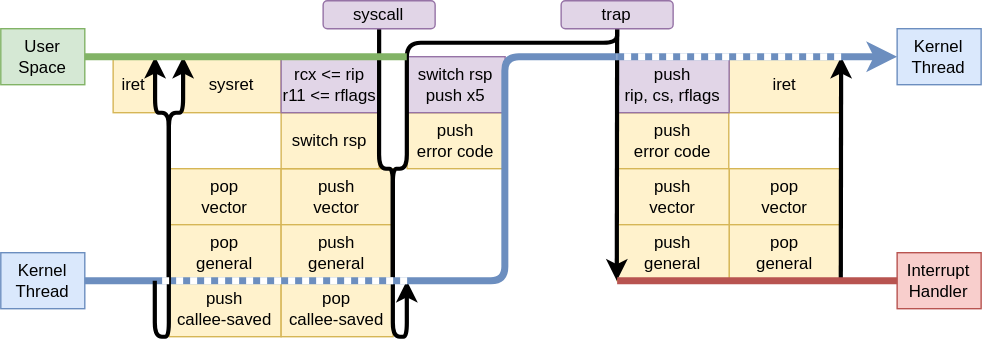
Earlier version of the draw.io export docs/x86_64.svg (rcore-os/trapframe-rs). Source tidied: cells renumbered, new cells last; positions are measured from the earlier drawing's top-left corner, leaving out a move shared by most shapes.
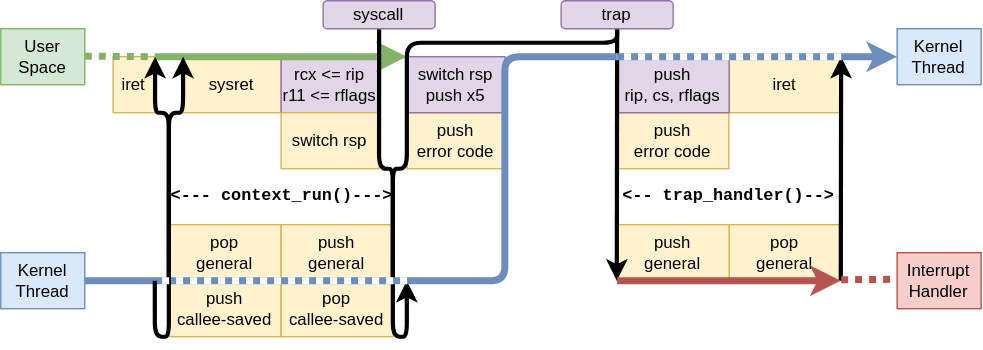
Later version of the same file.

Change to the diagram source:
```diff
@@ -2,21 +2,27 @@
   <root>
     <mxCell id="0" />
     <mxCell id="1" parent="0" />
+    <mxCell id="16" value="sysret" style="rounded=0;whiteSpace=wrap;html=1;fillColor=#fff2cc;strokeColor=#d6b656;" parent="1" vertex="1">
+      <mxGeometry x="130.2" y="40" width="70" height="40" as="geometry" />
+    </mxCell>
+    <mxCell id="18" value="rcx &amp;lt;= rip&lt;br&gt;r11 &amp;lt;= rflags" style="rounded=0;whiteSpace=wrap;html=1;fillColor=#e1d5e7;strokeColor=#9673a6;" parent="1" vertex="1">
+      <mxGeometry x="200.2" y="40" width="70" height="40" as="geometry" />
+    </mxCell>
+    <mxCell id="35" style="endArrow=classic;html=1;strokeWidth=5;fillColor=#d5e8d4;strokeColor=#82b366;endFill=1;" parent="1" edge="1">
+      <mxGeometry relative="1" as="geometry">
+        <mxPoint x="110" y="40" as="sourcePoint" />
+        <mxPoint x="290" y="40" as="targetPoint" />
+      </mxGeometry>
+    </mxCell>
     <mxCell id="2" value="push&lt;br&gt;error code" style="rounded=0;whiteSpace=wrap;html=1;fillColor=#fff2cc;strokeColor=#d6b656;" parent="1" vertex="1">
       <mxGeometry x="440.2" y="80" width="79.8" height="40" as="geometry" />
     </mxCell>
     <mxCell id="3" value="push&lt;br&gt;error code" style="rounded=0;whiteSpace=wrap;html=1;fillColor=#fff2cc;strokeColor=#d6b656;" parent="1" vertex="1">
       <mxGeometry x="290.2" y="80" width="70" height="40" as="geometry" />
     </mxCell>
-    <mxCell id="4" value="pop&lt;br&gt;vector" style="rounded=0;whiteSpace=wrap;html=1;fillColor=#fff2cc;strokeColor=#d6b656;" parent="1" vertex="1">
-      <mxGeometry x="120.2" y="120" width="80" height="40" as="geometry" />
-    </mxCell>
     <mxCell id="5" value="pop&lt;br&gt;general" style="rounded=0;whiteSpace=wrap;html=1;fillColor=#fff2cc;strokeColor=#d6b656;" parent="1" vertex="1">
       <mxGeometry x="120.2" y="160" width="80" height="40" as="geometry" />
     </mxCell>
-    <mxCell id="6" value="push&lt;br&gt;vector" style="rounded=0;whiteSpace=wrap;html=1;fillColor=#fff2cc;strokeColor=#d6b656;" parent="1" vertex="1">
-      <mxGeometry x="200.2" y="120" width="80" height="40" as="geometry" />
-    </mxCell>
     <mxCell id="7" value="push&lt;br&gt;general" style="rounded=0;whiteSpace=wrap;html=1;fillColor=#fff2cc;strokeColor=#d6b656;" parent="1" vertex="1">
       <mxGeometry x="200.2" y="160" width="80" height="40" as="geometry" />
     </mxCell>
@@ -26,15 +32,9 @@
     <mxCell id="9" value="pop&lt;br&gt;callee-saved" style="rounded=0;whiteSpace=wrap;html=1;fillColor=#fff2cc;strokeColor=#d6b656;" parent="1" vertex="1">
       <mxGeometry x="200.2" y="200" width="80" height="40" as="geometry" />
     </mxCell>
-    <mxCell id="10" value="pop&lt;br&gt;vector" style="rounded=0;whiteSpace=wrap;html=1;fillColor=#fff2cc;strokeColor=#d6b656;" parent="1" vertex="1">
-      <mxGeometry x="520.2" y="120" width="80" height="40" as="geometry" />
-    </mxCell>
     <mxCell id="11" value="pop&lt;br&gt;general" style="rounded=0;whiteSpace=wrap;html=1;fillColor=#fff2cc;strokeColor=#d6b656;" parent="1" vertex="1">
       <mxGeometry x="520.2" y="160" width="80" height="40" as="geometry" />
     </mxCell>
-    <mxCell id="12" value="push&lt;br&gt;vector" style="rounded=0;whiteSpace=wrap;html=1;fillColor=#fff2cc;strokeColor=#d6b656;" parent="1" vertex="1">
-      <mxGeometry x="440.2" y="120" width="80" height="40" as="geometry" />
-    </mxCell>
     <mxCell id="13" value="push&lt;br&gt;general" style="rounded=0;whiteSpace=wrap;html=1;fillColor=#fff2cc;strokeColor=#d6b656;" parent="1" vertex="1">
       <mxGeometry x="440.2" y="160" width="80" height="40" as="geometry" />
     </mxCell>
@@ -44,15 +44,9 @@
     <mxCell id="15" value="switch rsp" style="rounded=0;whiteSpace=wrap;html=1;fillColor=#fff2cc;strokeColor=#d6b656;" parent="1" vertex="1">
       <mxGeometry x="200.2" y="80" width="70" height="40" as="geometry" />
     </mxCell>
-    <mxCell id="16" value="sysret" style="rounded=0;whiteSpace=wrap;html=1;fillColor=#fff2cc;strokeColor=#d6b656;" parent="1" vertex="1">
-      <mxGeometry x="130.2" y="40" width="70" height="40" as="geometry" />
-    </mxCell>
     <mxCell id="17" value="iret" style="rounded=0;whiteSpace=wrap;html=1;fillColor=#fff2cc;strokeColor=#d6b656;" parent="1" vertex="1">
       <mxGeometry x="520.2" y="40" width="80" height="40" as="geometry" />
     </mxCell>
-    <mxCell id="18" value="rcx &amp;lt;= rip&lt;br&gt;r11 &amp;lt;= rflags" style="rounded=0;whiteSpace=wrap;html=1;fillColor=#e1d5e7;strokeColor=#9673a6;" parent="1" vertex="1">
-      <mxGeometry x="200.2" y="40" width="70" height="40" as="geometry" />
-    </mxCell>
     <mxCell id="19" value="push&lt;br&gt;rip, cs, rflags" style="rounded=0;whiteSpace=wrap;html=1;fillColor=#e1d5e7;strokeColor=#9673a6;" parent="1" vertex="1">
       <mxGeometry x="440.2" y="40" width="80" height="40" as="geometry" />
     </mxCell>
@@ -129,9 +123,10 @@
         </Array>
       </mxGeometry>
     </mxCell>
-    <mxCell id="33" style="endArrow=none;html=1;strokeWidth=5;fillColor=#f8cecc;strokeColor=#b85450;entryX=0;entryY=0.5;entryDx=0;entryDy=0;" parent="1" edge="1" target="28">
+    <mxCell id="33" style="endArrow=classic;html=1;strokeWidth=5;fillColor=#f8cecc;strokeColor=#b85450;endFill=1;" parent="1" edge="1">
       <mxGeometry relative="1" as="geometry">
         <mxPoint x="440.2" y="200" as="sourcePoint" />
+        <mxPoint x="600" y="200" as="targetPoint" />
       </mxGeometry>
     </mxCell>
     <mxCell id="34" style="endArrow=classic;html=1;edgeStyle=orthogonalEdgeStyle;strokeWidth=3;fillColor=#d5e8d4;strokeColor=#000000;" parent="1" edge="1">
@@ -146,11 +141,6 @@
         </Array>
       </mxGeometry>
     </mxCell>
-    <mxCell id="35" style="endArrow=none;html=1;strokeWidth=5;fillColor=#d5e8d4;strokeColor=#82b366;exitX=1;exitY=0.5;exitDx=0;exitDy=0;" parent="1" edge="1" source="24">
-      <mxGeometry relative="1" as="geometry">
-        <mxPoint x="290" y="40" as="targetPoint" />
-      </mxGeometry>
-    </mxCell>
     <mxCell id="36" style="endArrow=none;html=1;strokeWidth=5;dashed=1;strokeColor=#FFFFFF;jumpStyle=none;dashPattern=1 1;" parent="1" edge="1">
       <mxGeometry relative="1" as="geometry">
         <mxPoint x="290.2" y="200" as="sourcePoint" />
@@ -163,5 +153,22 @@
         <mxPoint x="440" y="40" as="targetPoint" />
       </mxGeometry>
     </mxCell>
+    <mxCell id="38" value="&amp;lt;--- context_run()---&amp;gt;" style="text;html=1;strokeColor=none;fillColor=none;align=center;verticalAlign=middle;whiteSpace=wrap;rounded=0;fontFamily=Courier New;fontStyle=1;" parent="1" vertex="1">
+      <mxGeometry x="110.7" y="130" width="179.5" height="20" as="geometry" />
+    </mxCell>
+    <mxCell id="39" value="&amp;lt;-- trap_handler()--&amp;gt;" style="text;html=1;strokeColor=none;fillColor=none;align=center;verticalAlign=middle;whiteSpace=wrap;rounded=0;fontFamily=Courier New;fontStyle=1;" parent="1" vertex="1">
+      <mxGeometry x="440.2" y="130" width="160" height="20" as="geometry" />
+    </mxCell>
+    <mxCell id="40" style="endArrow=none;html=1;strokeWidth=5;fillColor=#f8cecc;strokeColor=#b85450;endFill=0;dashed=1;dashPattern=1 1;" parent="1" edge="1">
+      <mxGeometry relative="1" as="geometry">
+        <mxPoint x="600.2" y="199.3" as="sourcePoint" />
+        <mxPoint x="640" y="199" as="targetPoint" />
+      </mxGeometry>
+    </mxCell>
+    <mxCell id="41" style="endArrow=none;html=1;strokeWidth=5;fillColor=#d5e8d4;strokeColor=#82b366;endFill=0;dashed=1;dashPattern=1 1;entryX=1;entryY=0;entryDx=0;entryDy=0;" parent="1" edge="1" target="14">
+      <mxGeometry relative="1" as="geometry">
+        <mxPoint x="60" y="39.6" as="sourcePoint" />
+      </mxGeometry>
+    </mxCell>
   </root>
 </mxGraphModel>
```
